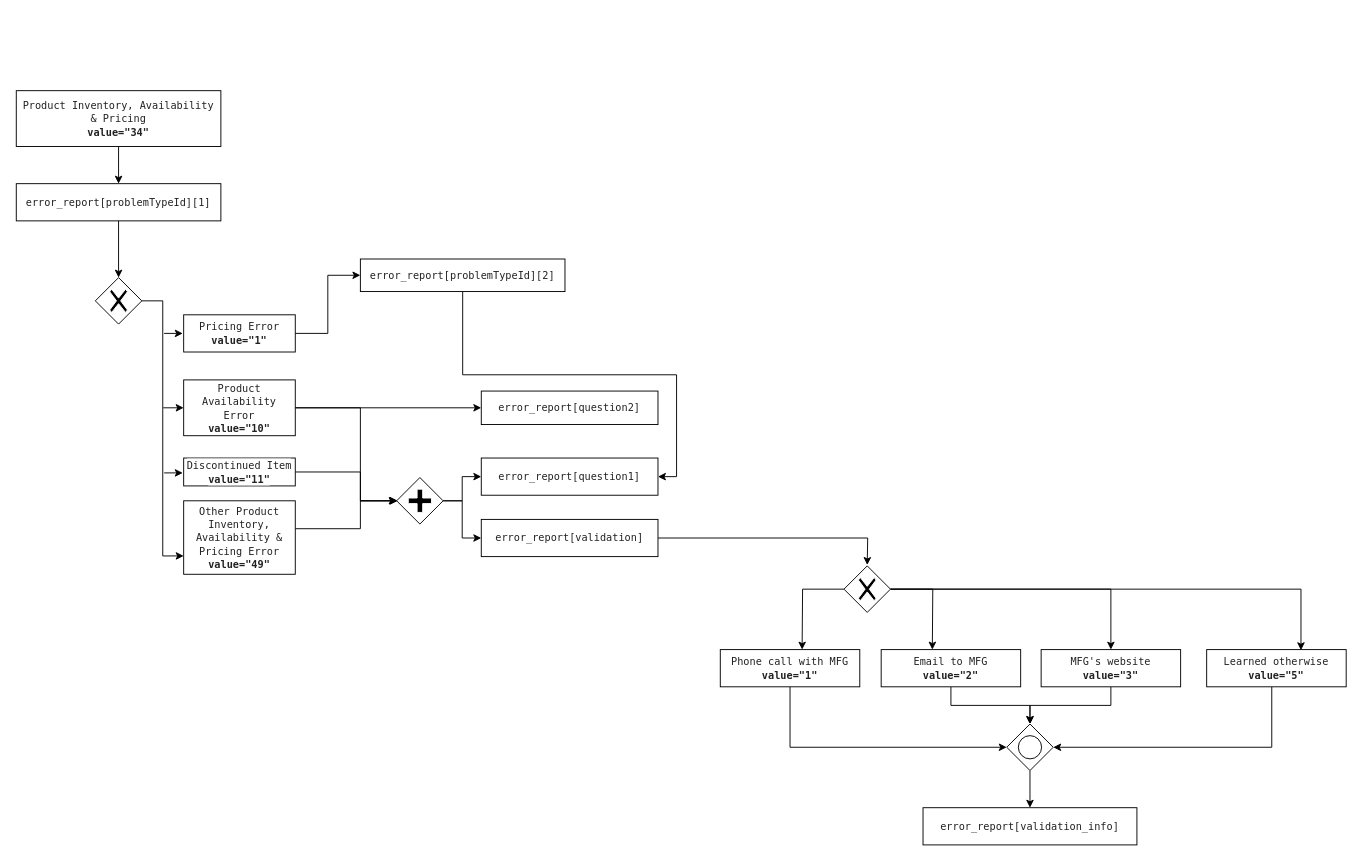
yvelio/test keeps this draw.io diagram as page "Product Inventory, Availability & Pricing" (5 of 11) of report-error.drawio. Above is the earlier version. Source tidied: cells renumbered, new cells numbered last; positions are measured from the earlier drawing's top-left corner, leaving out a move shared by most shapes. Both pictures are drawn from the tidied source at 93%, with x=0, y=0 at pixel (16, 90).
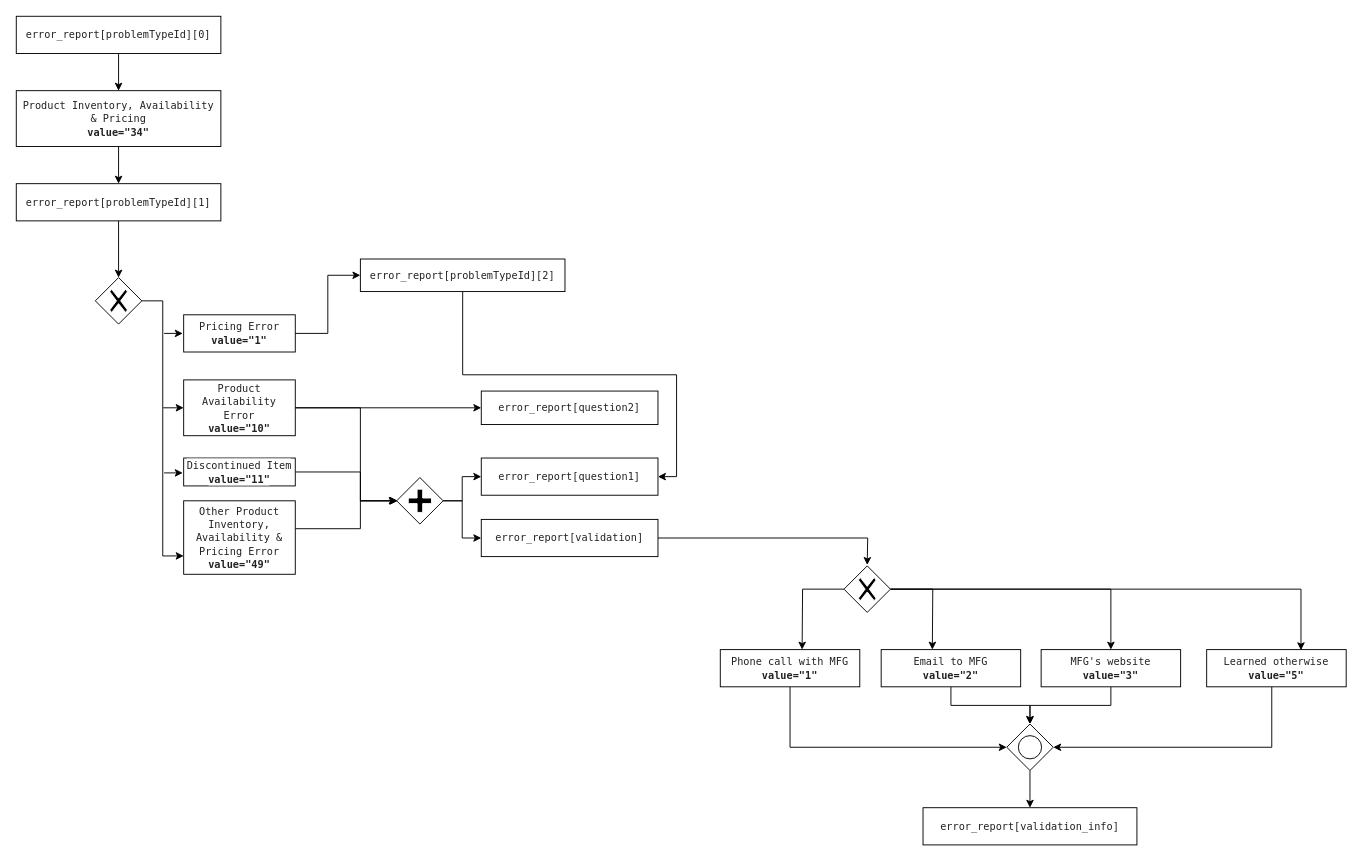
After the change.

The change refers to these unchanged cells:
```xml
<mxCell id="29" value="&lt;span style=&quot;color: rgb(34 , 34 , 34) ; font-family: &amp;#34;menlo&amp;#34; , monospace ; font-size: 11px ; text-align: left ; background-color: rgb(255 , 255 , 255)&quot;&gt;Product Inventory, Availability &amp;amp; Pricing&lt;br&gt;&lt;b&gt;value=&quot;34&quot;&lt;/b&gt;&lt;br&gt;&lt;/span&gt;" style="rounded=0;whiteSpace=wrap;html=1;" parent="1" vertex="1">
  <mxGeometry width="220" height="60" as="geometry" />
</mxCell>
```

Diff of the diagram source:
```diff
@@
+    <mxCell id="46" style="edgeStyle=orthogonalEdgeStyle;rounded=0;jettySize=auto;html=1;" parent="1" edge="1" source="47" target="29">
+      <mxGeometry relative="1" as="geometry" />
+    </mxCell>
+    <mxCell id="47" value="&lt;span style=&quot;color: rgb(34 , 34 , 34) ; font-family: &amp;#34;menlo&amp;#34; , monospace ; font-size: 11px ; text-align: left ; background-color: rgb(255 , 255 , 255)&quot;&gt;error_report[problemTypeId][0]&lt;/span&gt;" style="whiteSpace=wrap;html=1;" parent="1" vertex="1">
+      <mxGeometry y="-80" width="220" height="40" as="geometry" />
+    </mxCell>
```
